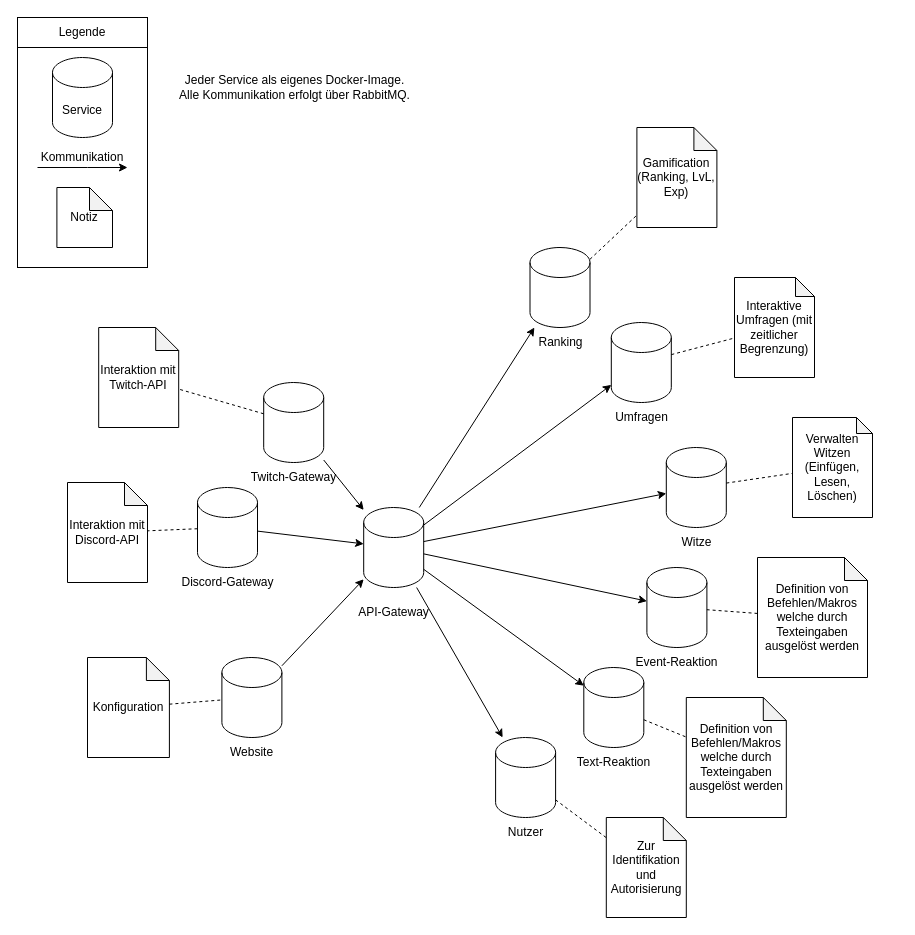
HTW-KBE-2023/Design keeps this draw.io diagram as KBE - Architektur.drawio. Above is the earlier version. Source tidied: cells renumbered, new cells numbered last; positions are measured from the earlier drawing's top-left corner, leaving out a move shared by most shapes. Both pictures are drawn from the tidied source at 100%, with x=0, y=0 at pixel (17, 17).
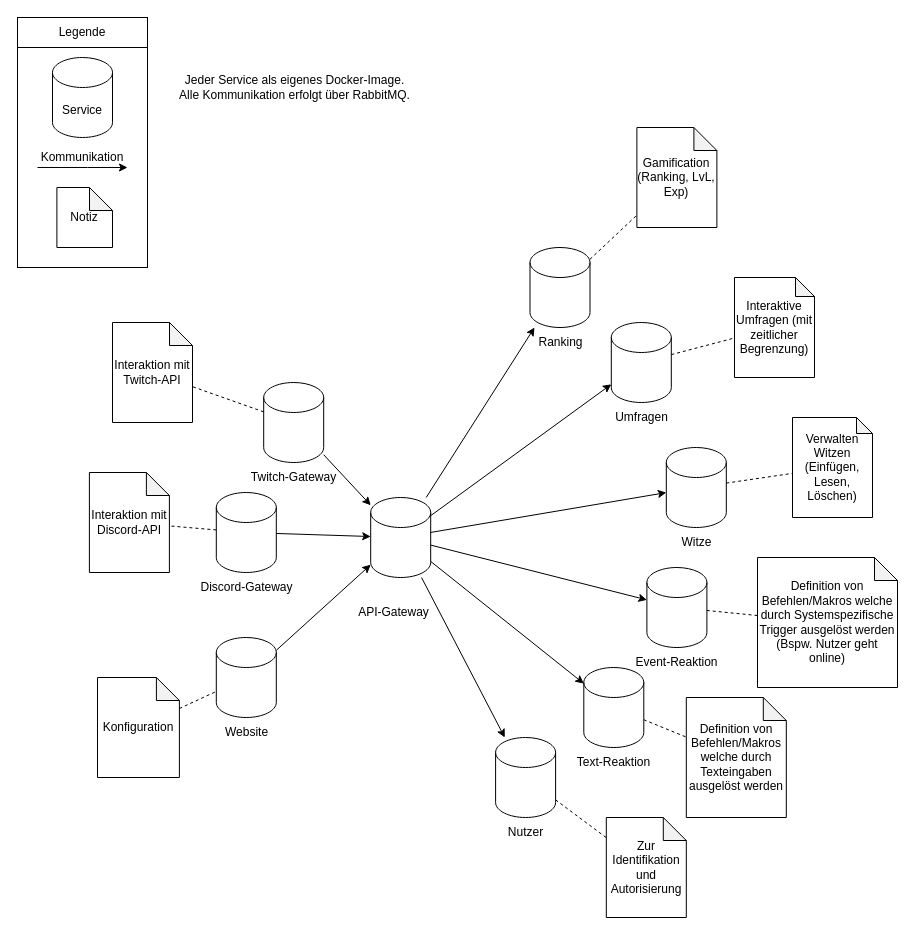
After the change.

What changed in the source:
```diff
@@
     <mxCell id="7" style="group;" parent="1" vertex="1">
-      <mxGeometry x="199.4" y="640" width="70" height="110" as="geometry" />
+      <mxGeometry x="193.8" y="620" width="70" height="110" as="geometry" />
     </mxCell>
@@
     <mxCell id="16" style="group;" parent="1" vertex="1">
-      <mxGeometry x="320" y="490" width="112.5" height="110" as="geometry" />
+      <mxGeometry x="327" y="480" width="112.5" height="110" as="geometry" />
     </mxCell>
@@
-    <mxCell id="30" value="Definition von Befehlen/Makros welche durch Texteingaben ausgelöst werden" style="shape=note;whiteSpace=wrap;html=1;backgroundOutline=1;darkOpacity=0.05;size=23;" parent="1" vertex="1">
-      <mxGeometry x="740" y="540" width="110" height="120" as="geometry" />
+    <mxCell id="30" value="Definition von Befehlen/Makros welche durch Systemspezifische Trigger ausgelöst werden (Bspw. Nutzer geht online)" style="shape=note;whiteSpace=wrap;html=1;backgroundOutline=1;darkOpacity=0.05;size=23;" parent="1" vertex="1">
+      <mxGeometry x="740" y="540" width="140" height="130" as="geometry" />
     </mxCell>
@@
     <mxCell id="32" style="group;" parent="1" vertex="1">
-      <mxGeometry x="161.2" y="470" width="97.5" height="110" as="geometry" />
+      <mxGeometry x="180" y="475" width="97.5" height="110" as="geometry" />
     </mxCell>
@@
     <mxCell id="38" value="Interaktion mit Twitch-API" style="shape=note;whiteSpace=wrap;html=1;backgroundOutline=1;darkOpacity=0.05;size=23;" parent="1" vertex="1">
-      <mxGeometry x="81.2" y="310" width="80" height="100" as="geometry" />
+      <mxGeometry x="95" y="305" width="80" height="100" as="geometry" />
     </mxCell>
@@
     <mxCell id="40" value="Interaktion mit Discord-API" style="shape=note;whiteSpace=wrap;html=1;backgroundOutline=1;darkOpacity=0.05;size=23;" parent="1" vertex="1">
-      <mxGeometry x="50" y="465" width="80" height="100" as="geometry" />
+      <mxGeometry x="71.9" y="455" width="80" height="100" as="geometry" />
     </mxCell>
@@
     <mxCell id="52" value="Konfiguration" style="shape=note;whiteSpace=wrap;html=1;backgroundOutline=1;darkOpacity=0.05;size=23;" parent="1" vertex="1">
-      <mxGeometry x="70" y="640" width="81.9" height="100" as="geometry" />
+      <mxGeometry x="80" y="660" width="81.9" height="100" as="geometry" />
     </mxCell>
```
